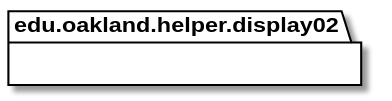
Before: docs/uml-class-diagrams/display02/helper/Display02HelperPackage.svg, a diagram exported from PlantUML (elilley15/csi-3370-software-project). Source of this version:
```plantuml
@startuml Display02HelperPackage

package edu.oakland.helper.display02 {

}

@enduml
```
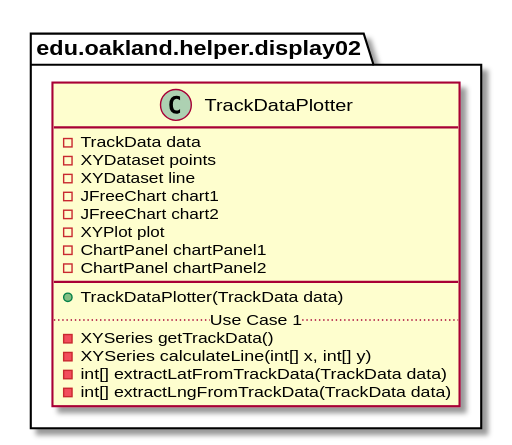
The same diagram one commit later.

Diff of the diagram source:
```diff
@@ -4,4 +4,26 @@
 
 }
 
+
+package edu.oakland.helper.display02 {
+    class TrackDataPlotter {
+        - TrackData data
+        - XYDataset points
+        - XYDataset line
+        - JFreeChart chart1
+        - JFreeChart chart2
+        - XYPlot plot
+        - ChartPanel chartPanel1
+        - ChartPanel chartPanel2
+        __
+        + TrackDataPlotter(TrackData data)
+        .. Use Case 1 ..
+        - XYSeries getTrackData()
+        - XYSeries calculateLine(int[] x, int[] y)
+        - int[] extractLatFromTrackData(TrackData data)
+        - int[] extractLngFromTrackData(TrackData data)
+    }
+}
+
+
 @enduml
```
